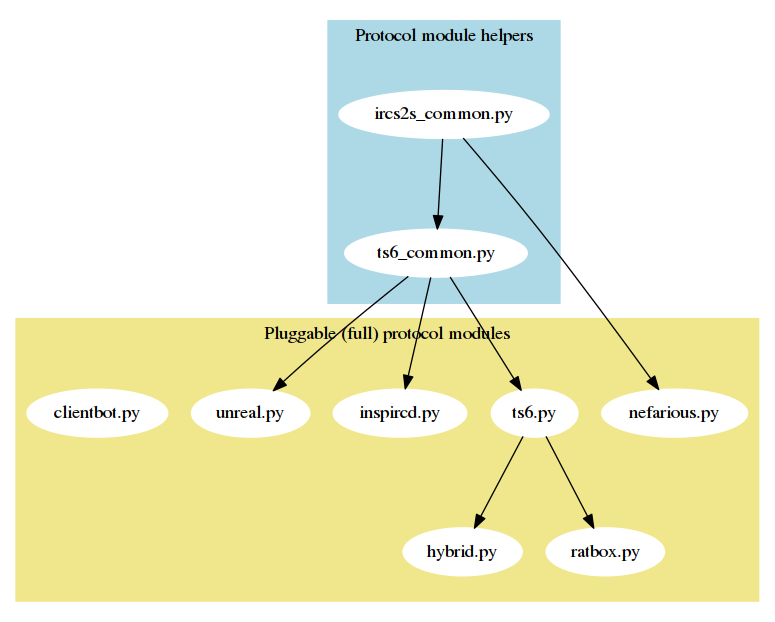
PyLink/PyLink keeps this Graphviz diagram as docs/technical/protocol-modules.png. Above is the earlier version. Its source is kept beside it as docs/technical/protocol-modules.dot.
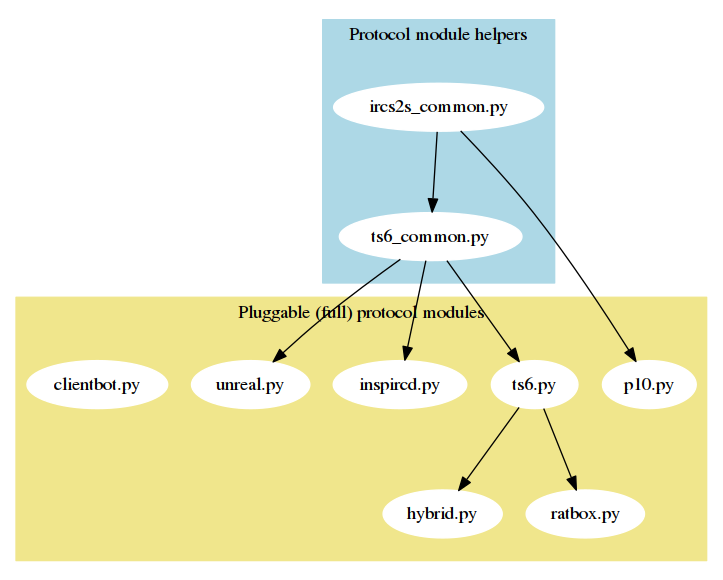
The same diagram one commit later.

Commit message:
docs/t: refresh protocol-modules graphic

Diff of the diagram source:
```diff
@@ -19,7 +19,7 @@
 		node [style="filled",color="white"];
 		color="khaki";
 
-		"ircs2s_common.py" -> "nefarious.py";
+		"ircs2s_common.py" -> "p10.py";
 		"ts6_common.py" -> "ts6.py" -> "hybrid.py";
 		"ts6.py" -> "ratbox.py";
 		"ts6_common.py" -> "inspircd.py";
```
